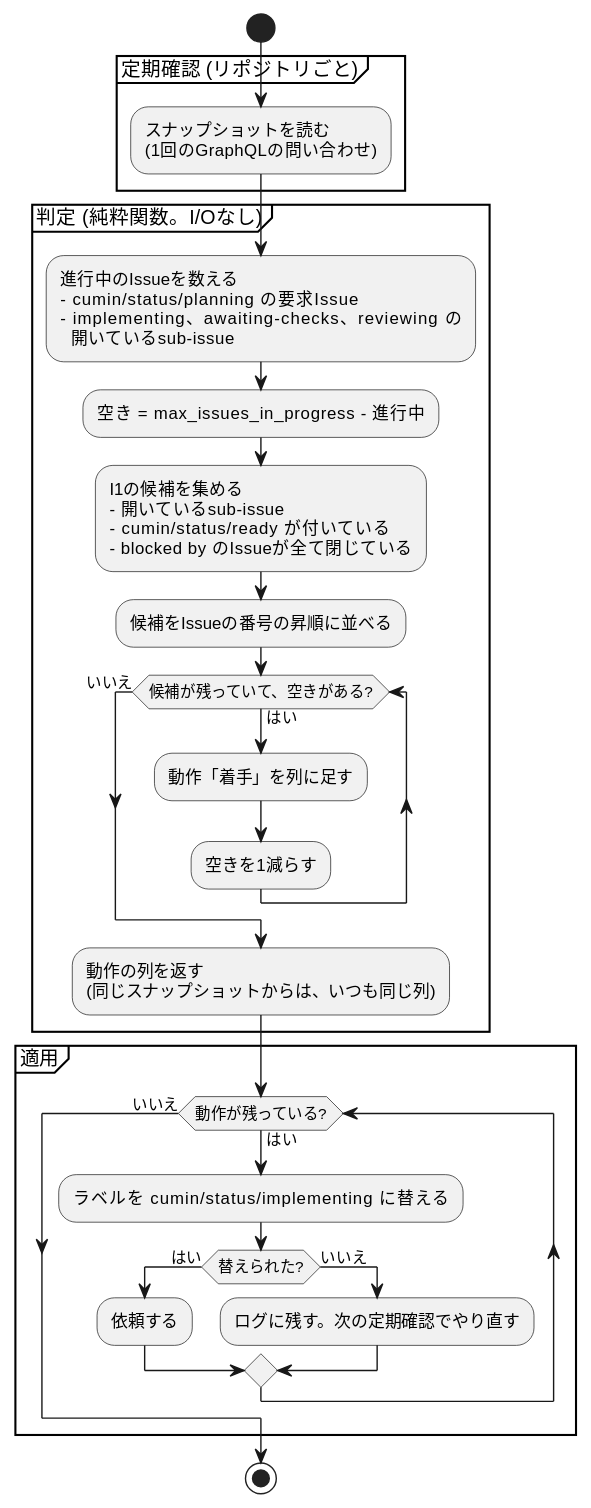
cloveclovedev/cumin-works keeps this PlantUML diagram as docs/ja/designs/cumin-core-decide.svg. Above is the earlier version.
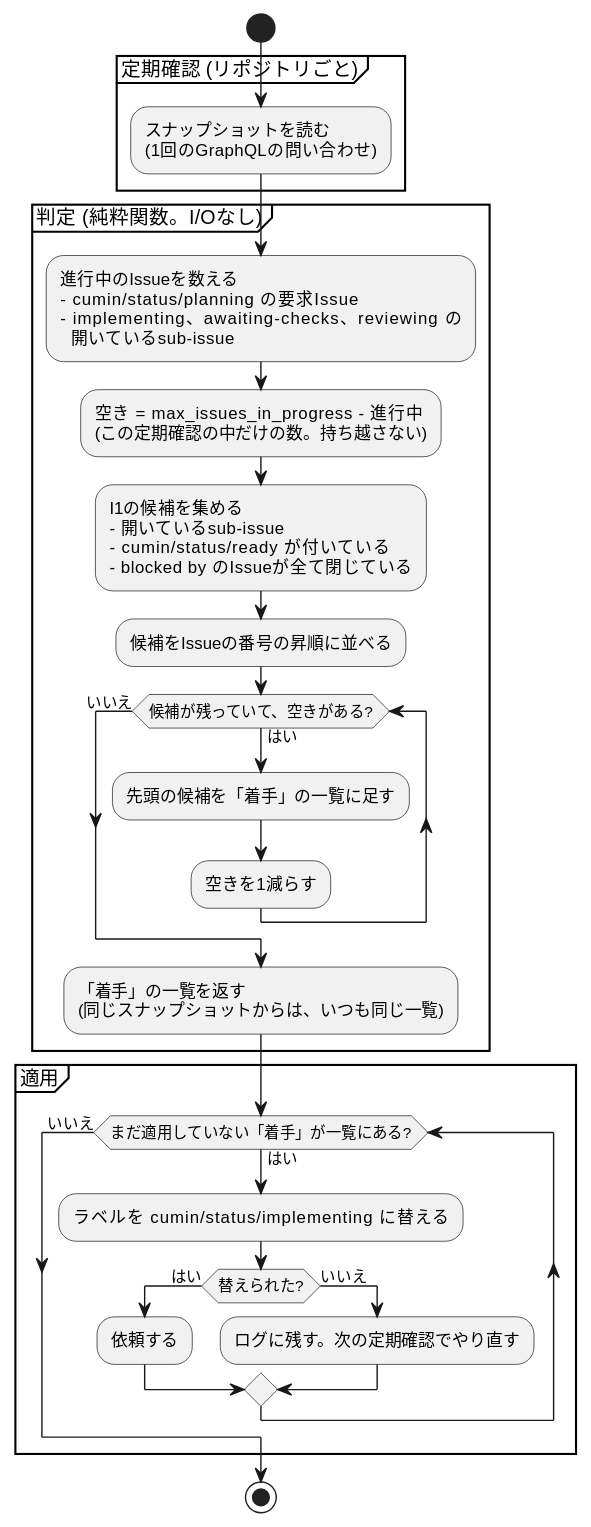
The same file after the commit.

Commit message:
docs(designs): clarify the words of the poll decision flowchart

Refs #63

Claude-Session: https://claude.ai/code/session_01CuH4C7GSopw23VYFhpxdmr

The edit, as a diff of the source:
```diff
@@ -12,21 +12,22 @@
   - cumin/status/planning の要求Issue
   - implementing、awaiting-checks、reviewing の
     開いているsub-issue;
-  :空き = max_issues_in_progress - 進行中;
+  :空き = max_issues_in_progress - 進行中
+  (この定期確認の中だけの数。持ち越さない);
   :I1の候補を集める
   - 開いているsub-issue
   - cumin/status/ready が付いている
   - blocked by のIssueが全て閉じている;
   :候補をIssueの番号の昇順に並べる;
   while (候補が残っていて、空きがある?) is (はい)
-    :動作「着手」を列に足す;
+    :先頭の候補を「着手」の一覧に足す;
     :空きを1減らす;
   endwhile (いいえ)
-  :動作の列を返す
-  (同じスナップショットからは、いつも同じ列);
+  :「着手」の一覧を返す
+  (同じスナップショットからは、いつも同じ一覧);
 }
 partition "適用" {
-  while (動作が残っている?) is (はい)
+  while (まだ適用していない「着手」が一覧にある?) is (はい)
     :ラベルを cumin/status/implementing に替える;
     if (替えられた?) then (はい)
       :依頼する;
```
